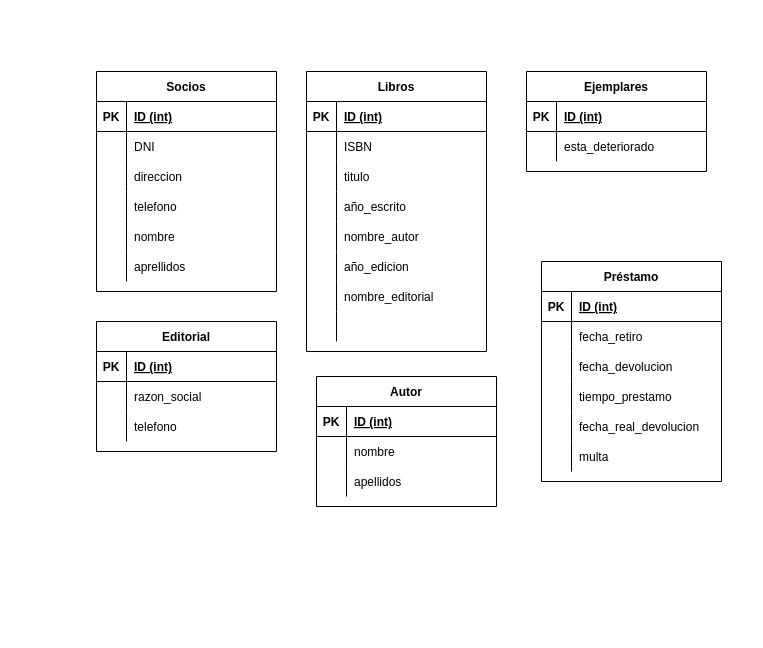
Above: Untitled Diagram.drawio in feeldiac/badeda (draw.io), before the change. Source tidied: cells renumbered, new cells numbered last; positions are measured from the earlier drawing's top-left corner, leaving out a move shared by most shapes. Both pictures are drawn from the tidied source at 100%, with x=0, y=0 at pixel (96, 71).
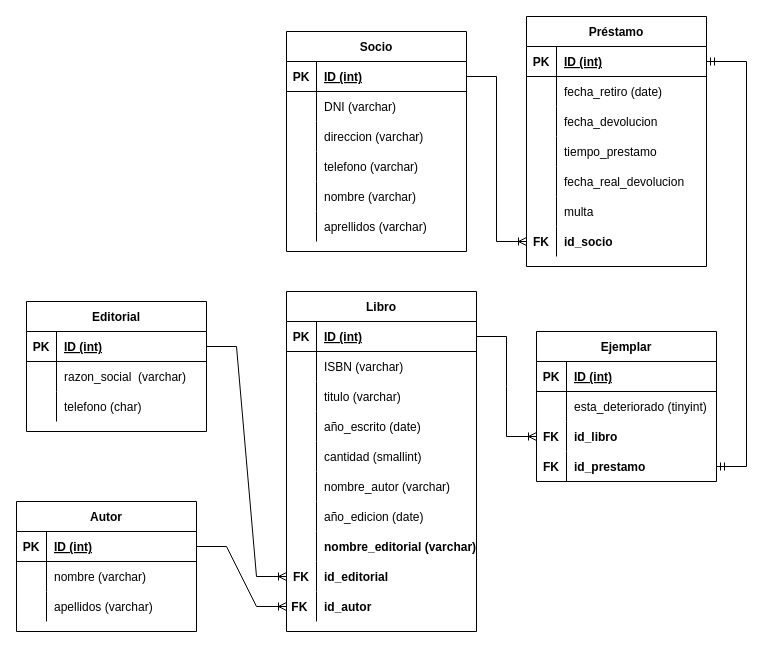
After the change.

Unchanged cells that the change refers to:
```xml
<mxCell id="3" style="shape=tableRow;horizontal=0;startSize=0;swimlaneHead=0;swimlaneBody=0;fillColor=none;points=[[0,0.5],[1,0.5]];portConstraint=eastwest;top=0;left=0;right=0;bottom=1;" parent="2" vertex="1">
  <mxGeometry y="30" width="180" height="30" as="geometry" />
</mxCell>
<mxCell id="6" style="shape=tableRow;horizontal=0;startSize=0;swimlaneHead=0;swimlaneBody=0;fillColor=none;top=0;left=0;right=0;bottom=0;" parent="2" vertex="1">
  <mxGeometry y="60" width="180" height="30" as="geometry" />
</mxCell>
<mxCell id="9" style="shape=tableRow;horizontal=0;startSize=0;swimlaneHead=0;swimlaneBody=0;fillColor=none;top=0;left=0;right=0;bottom=0;" parent="2" vertex="1">
  <mxGeometry y="90" width="180" height="30" as="geometry" />
</mxCell>
<mxCell id="12" style="shape=tableRow;horizontal=0;startSize=0;swimlaneHead=0;swimlaneBody=0;fillColor=none;top=0;left=0;right=0;bottom=0;" parent="2" vertex="1">
  <mxGeometry y="120" width="180" height="30" as="geometry" />
</mxCell>
<mxCell id="15" style="shape=tableRow;horizontal=0;startSize=0;swimlaneHead=0;swimlaneBody=0;fillColor=none;top=0;left=0;right=0;bottom=0;" parent="2" vertex="1">
  <mxGeometry y="150" width="180" height="30" as="geometry" />
</mxCell>
<mxCell id="18" style="shape=tableRow;horizontal=0;startSize=0;swimlaneHead=0;swimlaneBody=0;fillColor=none;top=0;left=0;right=0;bottom=0;" parent="2" vertex="1">
  <mxGeometry y="180" width="180" height="30" as="geometry" />
</mxCell>
<mxCell id="50" style="shape=tableRow;horizontal=0;startSize=0;swimlaneHead=0;swimlaneBody=0;fillColor=none;top=0;left=0;right=0;bottom=0;" parent="46" vertex="1">
  <mxGeometry y="60" width="180" height="30" as="geometry" />
</mxCell>
<mxCell id="54" style="shape=tableRow;horizontal=0;startSize=0;swimlaneHead=0;swimlaneBody=0;fillColor=none;points=[[0,0.5],[1,0.5]];portConstraint=eastwest;top=0;left=0;right=0;bottom=1;" parent="53" vertex="1">
  <mxGeometry y="30" width="180" height="30" as="geometry" />
</mxCell>
<mxCell id="57" style="shape=tableRow;horizontal=0;startSize=0;swimlaneHead=0;swimlaneBody=0;fillColor=none;top=0;left=0;right=0;bottom=0;" parent="53" vertex="1">
  <mxGeometry y="60" width="180" height="30" as="geometry" />
</mxCell>
<mxCell id="60" style="shape=tableRow;horizontal=0;startSize=0;swimlaneHead=0;swimlaneBody=0;fillColor=none;top=0;left=0;right=0;bottom=0;" parent="53" vertex="1">
  <mxGeometry y="90" width="180" height="30" as="geometry" />
</mxCell>
<mxCell id="64" style="shape=tableRow;horizontal=0;startSize=0;swimlaneHead=0;swimlaneBody=0;fillColor=none;points=[[0,0.5],[1,0.5]];portConstraint=eastwest;top=0;left=0;right=0;bottom=1;" parent="63" vertex="1">
  <mxGeometry y="30" width="180" height="30" as="geometry" />
</mxCell>
<mxCell id="67" style="shape=tableRow;horizontal=0;startSize=0;swimlaneHead=0;swimlaneBody=0;fillColor=none;top=0;left=0;right=0;bottom=0;" parent="63" vertex="1">
  <mxGeometry y="60" width="180" height="30" as="geometry" />
</mxCell>
<mxCell id="70" style="shape=tableRow;horizontal=0;startSize=0;swimlaneHead=0;swimlaneBody=0;fillColor=none;top=0;left=0;right=0;bottom=0;" parent="63" vertex="1">
  <mxGeometry y="90" width="180" height="30" as="geometry" />
</mxCell>
<mxCell id="74" style="shape=tableRow;horizontal=0;startSize=0;swimlaneHead=0;swimlaneBody=0;fillColor=none;points=[[0,0.5],[1,0.5]];portConstraint=eastwest;top=0;left=0;right=0;bottom=1;" parent="73" vertex="1">
  <mxGeometry y="30" width="180" height="30" as="geometry" />
</mxCell>
<mxCell id="77" style="shape=tableRow;horizontal=0;startSize=0;swimlaneHead=0;swimlaneBody=0;fillColor=none;top=0;left=0;right=0;bottom=0;" parent="73" vertex="1">
  <mxGeometry y="60" width="180" height="30" as="geometry" />
</mxCell>
```

The edit, as a diff of the source:
```diff
@@
-    <mxCell id="2" value="Socios" style="shape=table;startSize=30;childLayout=tableLayout;rowLines=0;fontStyle=1;align=center;" parent="1" vertex="1">
-      <mxGeometry width="180" height="220" as="geometry" />
+    <mxCell id="2" value="Socio" style="shape=table;startSize=30;childLayout=tableLayout;rowLines=0;fontStyle=1;align=center;" parent="1" vertex="1">
+      <mxGeometry x="190" y="-40" width="180" height="220" as="geometry" />
     </mxCell>
@@
-    <mxCell id="8" value="DNI" style="shape=partialRectangle;fillColor=none;top=0;left=0;bottom=0;right=0;align=left;spacingLeft=6;overflow=hidden;" parent="6" vertex="1">
+    <mxCell id="8" value="DNI (varchar)" style="shape=partialRectangle;fillColor=none;top=0;left=0;bottom=0;right=0;align=left;spacingLeft=6;overflow=hidden;" parent="6" vertex="1">
       <mxGeometry x="30" width="150" height="30" as="geometry" />
     </mxCell>
@@
-    <mxCell id="11" value="direccion" style="shape=partialRectangle;fillColor=none;top=0;left=0;bottom=0;right=0;align=left;spacingLeft=6;overflow=hidden;" parent="9" vertex="1">
+    <mxCell id="11" value="direccion (varchar)" style="shape=partialRectangle;fillColor=none;top=0;left=0;bottom=0;right=0;align=left;spacingLeft=6;overflow=hidden;" parent="9" vertex="1">
       <mxGeometry x="30" width="150" height="30" as="geometry" />
     </mxCell>
@@
-    <mxCell id="14" value="telefono" style="shape=partialRectangle;fillColor=none;top=0;left=0;bottom=0;right=0;align=left;spacingLeft=6;overflow=hidden;" parent="12" vertex="1">
+    <mxCell id="14" value="telefono (varchar)" style="shape=partialRectangle;fillColor=none;top=0;left=0;bottom=0;right=0;align=left;spacingLeft=6;overflow=hidden;" parent="12" vertex="1">
       <mxGeometry x="30" width="150" height="30" as="geometry" />
     </mxCell>
@@
-    <mxCell id="17" value="nombre" style="shape=partialRectangle;fillColor=none;top=0;left=0;bottom=0;right=0;align=left;spacingLeft=6;overflow=hidden;" parent="15" vertex="1">
+    <mxCell id="17" value="nombre (varchar)" style="shape=partialRectangle;fillColor=none;top=0;left=0;bottom=0;right=0;align=left;spacingLeft=6;overflow=hidden;" parent="15" vertex="1">
       <mxGeometry x="30" width="150" height="30" as="geometry" />
     </mxCell>
@@
-    <mxCell id="20" value="aprellidos" style="shape=partialRectangle;fillColor=none;top=0;left=0;bottom=0;right=0;align=left;spacingLeft=6;overflow=hidden;" parent="18" vertex="1">
+    <mxCell id="20" value="aprellidos (varchar)" style="shape=partialRectangle;fillColor=none;top=0;left=0;bottom=0;right=0;align=left;spacingLeft=6;overflow=hidden;" parent="18" vertex="1">
       <mxGeometry x="30" width="150" height="30" as="geometry" />
     </mxCell>
-    <mxCell id="21" value="Libros" style="shape=table;startSize=30;childLayout=tableLayout;rowLines=0;fontStyle=1;align=center;" parent="1" vertex="1">
-      <mxGeometry x="210" width="180" height="280" as="geometry" />
+    <mxCell id="21" value="Libro" style="shape=table;startSize=30;childLayout=tableLayout;rowLines=0;fontStyle=1;align=center;" parent="1" vertex="1">
+      <mxGeometry x="190" y="220" width="190" height="340" as="geometry" />
     </mxCell>
     <mxCell id="22" style="shape=tableRow;horizontal=0;startSize=0;swimlaneHead=0;swimlaneBody=0;fillColor=none;points=[[0,0.5],[1,0.5]];portConstraint=eastwest;top=0;left=0;right=0;bottom=1;" parent="21" vertex="1">
-      <mxGeometry y="30" width="180" height="30" as="geometry" />
+      <mxGeometry y="30" width="190" height="30" as="geometry" />
     </mxCell>
@@
     <mxCell id="24" value="ID (int)" style="shape=partialRectangle;fillColor=none;top=0;left=0;bottom=0;right=0;align=left;spacingLeft=6;fontStyle=5;overflow=hidden;" parent="22" vertex="1">
-      <mxGeometry x="30" width="150" height="30" as="geometry" />
+      <mxGeometry x="30" width="160" height="30" as="geometry" />
     </mxCell>
     <mxCell id="25" style="shape=tableRow;horizontal=0;startSize=0;swimlaneHead=0;swimlaneBody=0;fillColor=none;top=0;left=0;right=0;bottom=0;" parent="21" vertex="1">
-      <mxGeometry y="60" width="180" height="30" as="geometry" />
+      <mxGeometry y="60" width="190" height="30" as="geometry" />
     </mxCell>
@@
-    <mxCell id="27" value="ISBN" style="shape=partialRectangle;fillColor=none;top=0;left=0;bottom=0;right=0;align=left;spacingLeft=6;overflow=hidden;" parent="25" vertex="1">
-      <mxGeometry x="30" width="150" height="30" as="geometry" />
+    <mxCell id="27" value="ISBN (varchar)" style="shape=partialRectangle;fillColor=none;top=0;left=0;bottom=0;right=0;align=left;spacingLeft=6;overflow=hidden;" parent="25" vertex="1">
+      <mxGeometry x="30" width="160" height="30" as="geometry" />
     </mxCell>
     <mxCell id="28" style="shape=tableRow;horizontal=0;startSize=0;swimlaneHead=0;swimlaneBody=0;fillColor=none;top=0;left=0;right=0;bottom=0;" parent="21" vertex="1">
-      <mxGeometry y="90" width="180" height="30" as="geometry" />
+      <mxGeometry y="90" width="190" height="30" as="geometry" />
     </mxCell>
@@
-    <mxCell id="30" value="titulo" style="shape=partialRectangle;fillColor=none;top=0;left=0;bottom=0;right=0;align=left;spacingLeft=6;overflow=hidden;" parent="28" vertex="1">
-      <mxGeometry x="30" width="150" height="30" as="geometry" />
+    <mxCell id="30" value="titulo (varchar)" style="shape=partialRectangle;fillColor=none;top=0;left=0;bottom=0;right=0;align=left;spacingLeft=6;overflow=hidden;" parent="28" vertex="1">
+      <mxGeometry x="30" width="160" height="30" as="geometry" />
     </mxCell>
     <mxCell id="31" style="shape=tableRow;horizontal=0;startSize=0;swimlaneHead=0;swimlaneBody=0;fillColor=none;top=0;left=0;right=0;bottom=0;" parent="21" vertex="1">
-      <mxGeometry y="120" width="180" height="30" as="geometry" />
+      <mxGeometry y="120" width="190" height="30" as="geometry" />
     </mxCell>
@@
-    <mxCell id="33" value="año_escrito" style="shape=partialRectangle;fillColor=none;top=0;left=0;bottom=0;right=0;align=left;spacingLeft=6;overflow=hidden;" parent="31" vertex="1">
-      <mxGeometry x="30" width="150" height="30" as="geometry" />
+    <mxCell id="33" value="año_escrito (date)" style="shape=partialRectangle;fillColor=none;top=0;left=0;bottom=0;right=0;align=left;spacingLeft=6;overflow=hidden;" parent="31" vertex="1">
+      <mxGeometry x="30" width="160" height="30" as="geometry" />
     </mxCell>
+    <mxCell id="92" style="shape=tableRow;horizontal=0;startSize=0;swimlaneHead=0;swimlaneBody=0;fillColor=none;top=0;left=0;right=0;bottom=0;" parent="21" vertex="1">
+      <mxGeometry y="150" width="190" height="30" as="geometry" />
+    </mxCell>
+    <mxCell id="44" style="shape=partialRectangle;fillColor=none;top=0;left=0;bottom=0;right=0;overflow=hidden;" parent="92" vertex="1">
+      <mxGeometry width="30" height="30" as="geometry" />
+    </mxCell>
+    <mxCell id="93" value="cantidad (smallint)" style="shape=partialRectangle;fillColor=none;top=0;left=0;bottom=0;right=0;align=left;spacingLeft=6;overflow=hidden;" parent="92" vertex="1">
+      <mxGeometry x="30" width="160" height="30" as="geometry" />
+    </mxCell>
     <mxCell id="34" style="shape=tableRow;horizontal=0;startSize=0;swimlaneHead=0;swimlaneBody=0;fillColor=none;top=0;left=0;right=0;bottom=0;" parent="21" vertex="1">
-      <mxGeometry y="150" width="180" height="30" as="geometry" />
+      <mxGeometry y="180" width="190" height="30" as="geometry" />
     </mxCell>
@@
-    <mxCell id="36" value="nombre_autor" style="shape=partialRectangle;fillColor=none;top=0;left=0;bottom=0;right=0;align=left;spacingLeft=6;overflow=hidden;" parent="34" vertex="1">
-      <mxGeometry x="30" width="150" height="30" as="geometry" />
+    <mxCell id="36" value="nombre_autor (varchar)" style="shape=partialRectangle;fillColor=none;top=0;left=0;bottom=0;right=0;align=left;spacingLeft=6;overflow=hidden;" parent="34" vertex="1">
+      <mxGeometry x="30" width="160" height="30" as="geometry" />
     </mxCell>
     <mxCell id="37" style="shape=tableRow;horizontal=0;startSize=0;swimlaneHead=0;swimlaneBody=0;fillColor=none;top=0;left=0;right=0;bottom=0;" parent="21" vertex="1">
-      <mxGeometry y="180" width="180" height="30" as="geometry" />
+      <mxGeometry y="210" width="190" height="30" as="geometry" />
     </mxCell>
@@
-    <mxCell id="39" value="año_edicion    " style="shape=partialRectangle;fillColor=none;top=0;left=0;bottom=0;right=0;align=left;spacingLeft=6;overflow=hidden;" parent="37" vertex="1">
-      <mxGeometry x="30" width="150" height="30" as="geometry" />
+    <mxCell id="39" value="año_edicion (date)" style="shape=partialRectangle;fillColor=none;top=0;left=0;bottom=0;right=0;align=left;spacingLeft=6;overflow=hidden;" parent="37" vertex="1">
+      <mxGeometry x="30" width="160" height="30" as="geometry" />
     </mxCell>
-    <mxCell id="40" style="shape=tableRow;horizontal=0;startSize=0;swimlaneHead=0;swimlaneBody=0;fillColor=none;top=0;left=0;right=0;bottom=0;" parent="21" vertex="1">
-      <mxGeometry y="210" width="180" height="30" as="geometry" />
+    <mxCell id="40" style="shape=tableRow;horizontal=0;startSize=0;swimlaneHead=0;swimlaneBody=0;fillColor=none;top=0;left=0;right=0;bottom=0;fontStyle=1;" parent="21" vertex="1">
+      <mxGeometry y="240" width="190" height="30" as="geometry" />
     </mxCell>
@@
-    <mxCell id="42" value="nombre_editorial" style="shape=partialRectangle;fillColor=none;top=0;left=0;bottom=0;right=0;align=left;spacingLeft=6;overflow=hidden;" parent="40" vertex="1">
-      <mxGeometry x="30" width="150" height="30" as="geometry" />
+    <mxCell id="42" value="nombre_editorial (varchar)" style="shape=partialRectangle;fillColor=none;top=0;left=0;bottom=0;right=0;align=left;spacingLeft=6;overflow=hidden;fontStyle=1;" parent="40" vertex="1">
+      <mxGeometry x="30" width="160" height="30" as="geometry" />
     </mxCell>
-    <mxCell id="43" style="shape=tableRow;horizontal=0;startSize=0;swimlaneHead=0;swimlaneBody=0;fillColor=none;top=0;left=0;right=0;bottom=0;" parent="21" vertex="1">
-      <mxGeometry y="240" width="180" height="30" as="geometry" />
-    </mxCell>
-    <mxCell id="44" style="shape=partialRectangle;fillColor=none;top=0;left=0;bottom=0;right=0;overflow=hidden;" parent="43" vertex="1">
-      <mxGeometry width="30" height="30" as="geometry" />
-    </mxCell>
-    <mxCell id="45" style="shape=partialRectangle;fillColor=none;top=0;left=0;bottom=0;right=0;align=left;spacingLeft=6;overflow=hidden;" parent="43" vertex="1">
-      <mxGeometry x="30" width="150" height="30" as="geometry" />
-    </mxCell>
+    <mxCell id="94" style="shape=tableRow;horizontal=0;startSize=0;swimlaneHead=0;swimlaneBody=0;fillColor=none;points=[[0,0.5],[1,0.5]];portConstraint=eastwest;top=0;left=0;right=0;bottom=0;" parent="21" vertex="1">
+      <mxGeometry y="270" width="190" height="30" as="geometry" />
+    </mxCell>
+    <mxCell id="95" value="FK" style="shape=partialRectangle;fillColor=none;top=0;left=0;bottom=0;right=0;overflow=hidden;fontStyle=1;" parent="94" vertex="1">
+      <mxGeometry width="30" height="30" as="geometry" />
+    </mxCell>
+    <mxCell id="96" value="id_editorial" style="shape=partialRectangle;fillColor=none;top=0;left=0;bottom=0;right=0;align=left;spacingLeft=6;overflow=hidden;fontStyle=1;" parent="94" vertex="1">
+      <mxGeometry x="30" width="160" height="30" as="geometry" />
+    </mxCell>
+    <mxCell id="97" style="shape=tableRow;horizontal=0;startSize=0;swimlaneHead=0;swimlaneBody=0;fillColor=none;points=[[0,0.5],[1,0.5]];portConstraint=eastwest;top=0;left=0;right=0;bottom=0;" parent="21" vertex="1">
+      <mxGeometry y="300" width="190" height="30" as="geometry" />
+    </mxCell>
+    <mxCell id="98" value="FK " style="shape=partialRectangle;fillColor=none;top=0;left=0;bottom=0;right=0;overflow=hidden;fontStyle=1;" parent="97" vertex="1">
+      <mxGeometry width="30" height="30" as="geometry" />
+    </mxCell>
+    <mxCell id="99" value="id_autor" style="shape=partialRectangle;fillColor=none;top=0;left=0;bottom=0;right=0;align=left;spacingLeft=6;overflow=hidden;fontStyle=1;" parent="97" vertex="1">
+      <mxGeometry x="30" width="160" height="30" as="geometry" />
+    </mxCell>
-    <mxCell id="46" value="Ejemplares" style="shape=table;startSize=30;childLayout=tableLayout;rowLines=0;fontStyle=1;align=center;" parent="1" vertex="1">
-      <mxGeometry x="430" width="180" height="100" as="geometry" />
+    <mxCell id="46" value="Ejemplar" style="shape=table;startSize=30;childLayout=tableLayout;rowLines=0;fontStyle=1;align=center;" parent="1" vertex="1">
+      <mxGeometry x="440" y="260" width="180" height="150" as="geometry" />
     </mxCell>
@@
-    <mxCell id="52" value="esta_deteriorado" style="shape=partialRectangle;fillColor=none;top=0;left=0;bottom=0;right=0;align=left;spacingLeft=6;overflow=hidden;" parent="50" vertex="1">
+    <mxCell id="52" value="esta_deteriorado (tinyint)" style="shape=partialRectangle;fillColor=none;top=0;left=0;bottom=0;right=0;align=left;spacingLeft=6;overflow=hidden;" parent="50" vertex="1">
       <mxGeometry x="30" width="150" height="30" as="geometry" />
     </mxCell>
+    <mxCell id="100" style="shape=tableRow;horizontal=0;startSize=0;swimlaneHead=0;swimlaneBody=0;fillColor=none;points=[[0,0.5],[1,0.5]];portConstraint=eastwest;top=0;left=0;right=0;bottom=0;" parent="46" vertex="1">
+      <mxGeometry y="90" width="180" height="30" as="geometry" />
+    </mxCell>
+    <mxCell id="101" value="FK" style="shape=partialRectangle;fillColor=none;top=0;left=0;bottom=0;right=0;overflow=hidden;fontStyle=1;" parent="100" vertex="1">
+      <mxGeometry width="30" height="30" as="geometry" />
+    </mxCell>
+    <mxCell id="102" value="id_libro" style="shape=partialRectangle;fillColor=none;top=0;left=0;bottom=0;right=0;align=left;spacingLeft=6;overflow=hidden;fontStyle=1;" parent="100" vertex="1">
+      <mxGeometry x="30" width="150" height="30" as="geometry" />
+    </mxCell>
+    <mxCell id="103" style="shape=tableRow;horizontal=0;startSize=0;swimlaneHead=0;swimlaneBody=0;fillColor=none;points=[[0,0.5],[1,0.5]];portConstraint=eastwest;top=0;left=0;right=0;bottom=0;" parent="46" vertex="1">
+      <mxGeometry y="120" width="180" height="30" as="geometry" />
+    </mxCell>
+    <mxCell id="104" value="FK" style="shape=partialRectangle;fillColor=none;top=0;left=0;bottom=0;right=0;overflow=hidden;fontStyle=1;" parent="103" vertex="1">
+      <mxGeometry width="30" height="30" as="geometry" />
+    </mxCell>
+    <mxCell id="105" value="id_prestamo" style="shape=partialRectangle;fillColor=none;top=0;left=0;bottom=0;right=0;align=left;spacingLeft=6;overflow=hidden;fontStyle=1;" parent="103" vertex="1">
+      <mxGeometry x="30" width="150" height="30" as="geometry" />
+    </mxCell>
     <mxCell id="53" value="Editorial" style="shape=table;startSize=30;childLayout=tableLayout;rowLines=0;fontStyle=1;align=center;" parent="1" vertex="1">
-      <mxGeometry y="250" width="180" height="130" as="geometry" />
+      <mxGeometry x="-70" y="230" width="180" height="130" as="geometry" />
     </mxCell>
@@
-    <mxCell id="59" value="razon_social" style="shape=partialRectangle;fillColor=none;top=0;left=0;bottom=0;right=0;align=left;spacingLeft=6;overflow=hidden;" parent="57" vertex="1">
+    <mxCell id="59" value="razon_social  (varchar)" style="shape=partialRectangle;fillColor=none;top=0;left=0;bottom=0;right=0;align=left;spacingLeft=6;overflow=hidden;" parent="57" vertex="1">
       <mxGeometry x="30" width="150" height="30" as="geometry" />
     </mxCell>
@@
-    <mxCell id="62" value="telefono" style="shape=partialRectangle;fillColor=none;top=0;left=0;bottom=0;right=0;align=left;spacingLeft=6;overflow=hidden;" parent="60" vertex="1">
+    <mxCell id="62" value="telefono (char)" style="shape=partialRectangle;fillColor=none;top=0;left=0;bottom=0;right=0;align=left;spacingLeft=6;overflow=hidden;" parent="60" vertex="1">
       <mxGeometry x="30" width="150" height="30" as="geometry" />
     </mxCell>
     <mxCell id="63" value="Autor" style="shape=table;startSize=30;childLayout=tableLayout;rowLines=0;fontStyle=1;align=center;" parent="1" vertex="1">
-      <mxGeometry x="220" y="305" width="180" height="130" as="geometry" />
+      <mxGeometry x="-80" y="430" width="180" height="130" as="geometry" />
     </mxCell>
@@
-    <mxCell id="69" value="nombre" style="shape=partialRectangle;fillColor=none;top=0;left=0;bottom=0;right=0;align=left;spacingLeft=6;overflow=hidden;" parent="67" vertex="1">
+    <mxCell id="69" value="nombre (varchar)" style="shape=partialRectangle;fillColor=none;top=0;left=0;bottom=0;right=0;align=left;spacingLeft=6;overflow=hidden;" parent="67" vertex="1">
       <mxGeometry x="30" width="150" height="30" as="geometry" />
     </mxCell>
@@
-    <mxCell id="72" value="apellidos" style="shape=partialRectangle;fillColor=none;top=0;left=0;bottom=0;right=0;align=left;spacingLeft=6;overflow=hidden;" parent="70" vertex="1">
+    <mxCell id="72" value="apellidos (varchar)" style="shape=partialRectangle;fillColor=none;top=0;left=0;bottom=0;right=0;align=left;spacingLeft=6;overflow=hidden;" parent="70" vertex="1">
       <mxGeometry x="30" width="150" height="30" as="geometry" />
     </mxCell>
     <mxCell id="73" value="Préstamo" style="shape=table;startSize=30;childLayout=tableLayout;rowLines=0;fontStyle=1;align=center;" parent="1" vertex="1">
-      <mxGeometry x="445" y="190" width="180" height="220" as="geometry" />
+      <mxGeometry x="430" y="-55" width="180" height="250" as="geometry" />
     </mxCell>
@@
-    <mxCell id="79" value="fecha_retiro" style="shape=partialRectangle;fillColor=none;top=0;left=0;bottom=0;right=0;align=left;spacingLeft=6;overflow=hidden;" parent="77" vertex="1">
+    <mxCell id="79" value="fecha_retiro (date)" style="shape=partialRectangle;fillColor=none;top=0;left=0;bottom=0;right=0;align=left;spacingLeft=6;overflow=hidden;" parent="77" vertex="1">
       <mxGeometry x="30" width="150" height="30" as="geometry" />
     </mxCell>
@@
+    <mxCell id="106" style="shape=tableRow;horizontal=0;startSize=0;swimlaneHead=0;swimlaneBody=0;fillColor=none;points=[[0,0.5],[1,0.5]];portConstraint=eastwest;top=0;left=0;right=0;bottom=0;" parent="73" vertex="1">
+      <mxGeometry y="210" width="180" height="30" as="geometry" />
+    </mxCell>
+    <mxCell id="107" value="FK" style="shape=partialRectangle;fillColor=none;top=0;left=0;bottom=0;right=0;overflow=hidden;fontStyle=1;" parent="106" vertex="1">
+      <mxGeometry width="30" height="30" as="geometry" />
+    </mxCell>
+    <mxCell id="108" value="id_socio" style="shape=partialRectangle;fillColor=none;top=0;left=0;bottom=0;right=0;align=left;spacingLeft=6;overflow=hidden;fontStyle=1;" parent="106" vertex="1">
+      <mxGeometry x="30" width="150" height="30" as="geometry" />
+    </mxCell>
+    <mxCell id="109" style="edgeStyle=entityRelationEdgeStyle;fontSize=12;html=1;endArrow=ERoneToMany;rounded=0;" parent="1" edge="1" source="54" target="94">
+      <mxGeometry relative="1" as="geometry" />
+    </mxCell>
+    <mxCell id="110" style="edgeStyle=entityRelationEdgeStyle;fontSize=12;html=1;endArrow=ERoneToMany;rounded=0;exitX=1;exitY=0.5;exitDx=0;exitDy=0;" parent="1" edge="1" source="64" target="97">
+      <mxGeometry relative="1" as="geometry" />
+    </mxCell>
+    <mxCell id="111" style="edgeStyle=entityRelationEdgeStyle;fontSize=12;html=1;endArrow=ERoneToMany;rounded=0;entryX=0;entryY=0.5;entryDx=0;entryDy=0;" parent="1" edge="1" source="22" target="100">
+      <mxGeometry relative="1" as="geometry" />
+    </mxCell>
+    <mxCell id="112" style="edgeStyle=entityRelationEdgeStyle;fontSize=12;html=1;endArrow=ERoneToMany;rounded=0;exitX=1;exitY=0.5;exitDx=0;exitDy=0;" parent="1" edge="1" source="3" target="106">
+      <mxGeometry relative="1" as="geometry" />
+    </mxCell>
+    <mxCell id="113" style="edgeStyle=entityRelationEdgeStyle;fontSize=12;html=1;endArrow=ERmandOne;startArrow=ERmandOne;rounded=0;entryX=1;entryY=0.5;entryDx=0;entryDy=0;" parent="1" edge="1" source="103" target="74">
+      <mxGeometry relative="1" as="geometry" />
+    </mxCell>
```
